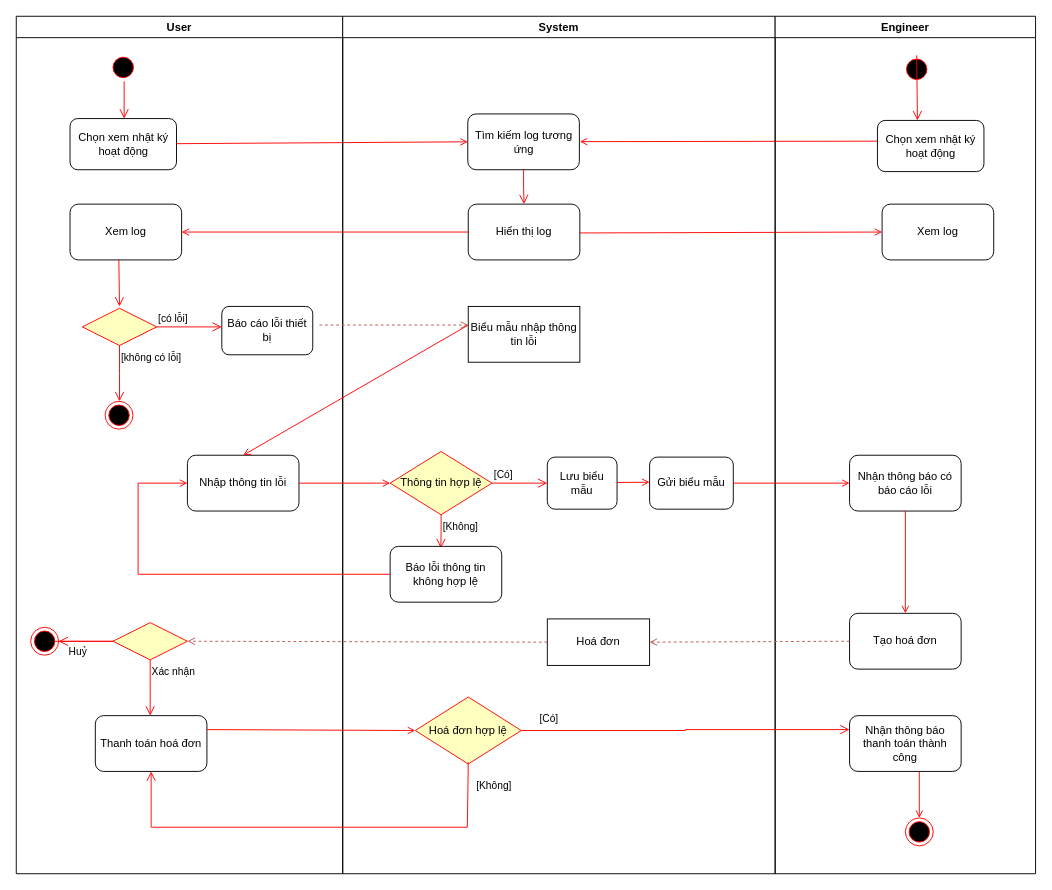
Above: Activity diagram/customer_support_activity.drawio in cuongceg/BTL-IT3120 (draw.io), before the change. Source tidied: cells renumbered, new cells numbered last; positions are measured from the earlier drawing's top-left corner, leaving out a move shared by most shapes. Both pictures are drawn from the tidied source at 93%, with x=0, y=0 at pixel (16, 16).
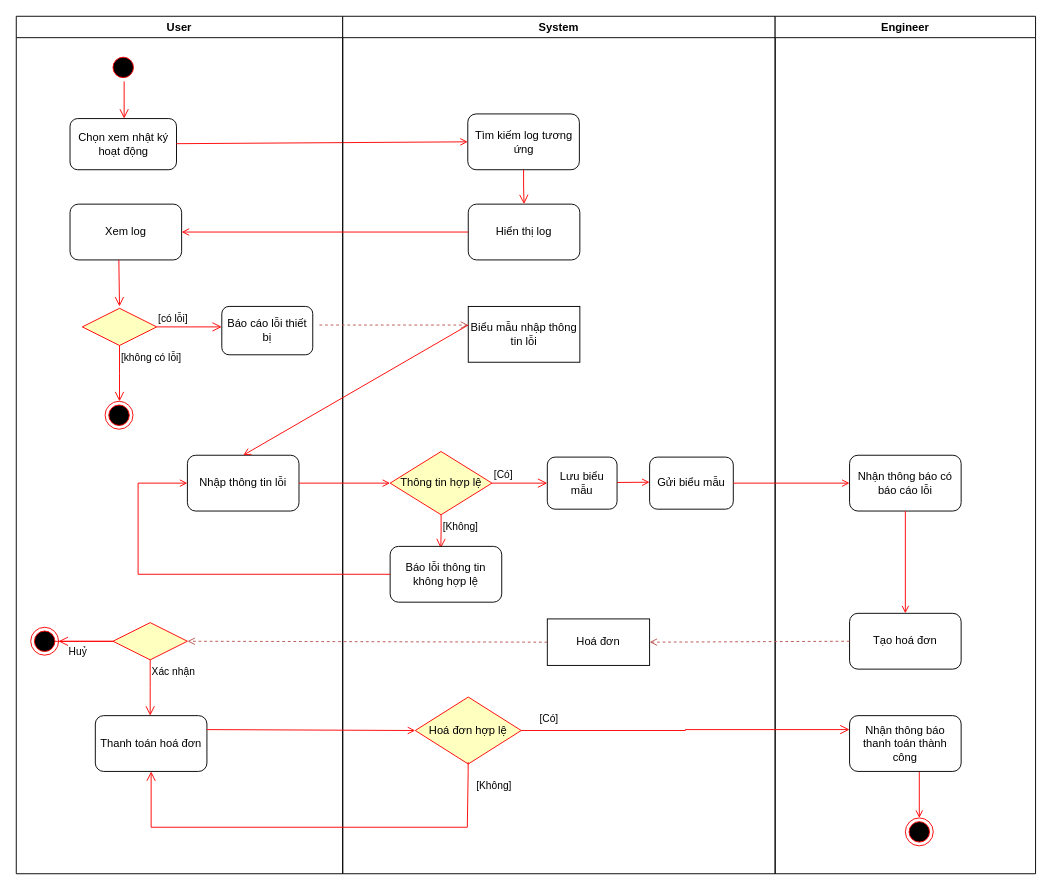
The same diagram, later.

Commit message:
refactor: remove log viewing for engineer

The change refers to these unchanged cells:
```xml
<mxCell id="20" value="System" style="swimlane;whiteSpace=wrap;startSize=23;" parent="1" vertex="1">
  <mxGeometry x="351" width="465" height="922" as="geometry" />
</mxCell>
<mxCell id="39" value="Engineer" style="swimlane;whiteSpace=wrap;" parent="1" vertex="1">
  <mxGeometry x="816" width="280" height="922" as="geometry" />
</mxCell>
```

What changed in the source:
```diff
@@
-    <mxCell id="37" style="endArrow=open;strokeColor=#FF0000;endFill=1;rounded=0;exitX=0;exitY=0.5;exitDx=0;exitDy=0;" parent="20" edge="1">
-      <mxGeometry relative="1" as="geometry">
-        <mxPoint x="575" y="134.3" as="sourcePoint" />
-        <mxPoint x="255" y="134.8" as="targetPoint" />
-      </mxGeometry>
-    </mxCell>
-    <mxCell id="38" style="endArrow=open;strokeColor=#FF0000;endFill=1;rounded=0;entryX=0;entryY=0.5;entryDx=0;entryDy=0;" parent="20" edge="1" target="49">
-      <mxGeometry relative="1" as="geometry">
-        <mxPoint x="254.5" y="233" as="sourcePoint" />
-      </mxGeometry>
-    </mxCell>
@@
-    <mxCell id="46" value="Chọn xem nhật ký hoạt động" style="rounded=1;whiteSpace=wrap;html=1;" parent="39" vertex="1">
-      <mxGeometry x="110" y="112" width="114.5" height="55" as="geometry" />
-    </mxCell>
-    <mxCell id="47" style="ellipse;shape=startState;fillColor=#000000;strokeColor=#ff0000;" parent="39" vertex="1">
-      <mxGeometry x="137.2" y="42" width="30" height="30" as="geometry" />
-    </mxCell>
-    <mxCell id="48" style="edgeStyle=elbowEdgeStyle;elbow=horizontal;verticalAlign=bottom;endArrow=open;endSize=8;strokeColor=#FF0000;endFill=1;rounded=0;exitX=0.5;exitY=0;exitDx=0;exitDy=0;" parent="39" edge="1" source="47">
-      <mxGeometry x="-815" y="-88" as="geometry">
-        <mxPoint x="152.8" y="112" as="targetPoint" />
-      </mxGeometry>
-    </mxCell>
-    <mxCell id="49" value="Xem log" style="rounded=1;whiteSpace=wrap;html=1;" parent="39" vertex="1">
-      <mxGeometry x="115" y="202" width="120" height="60" as="geometry" />
-    </mxCell>
```
